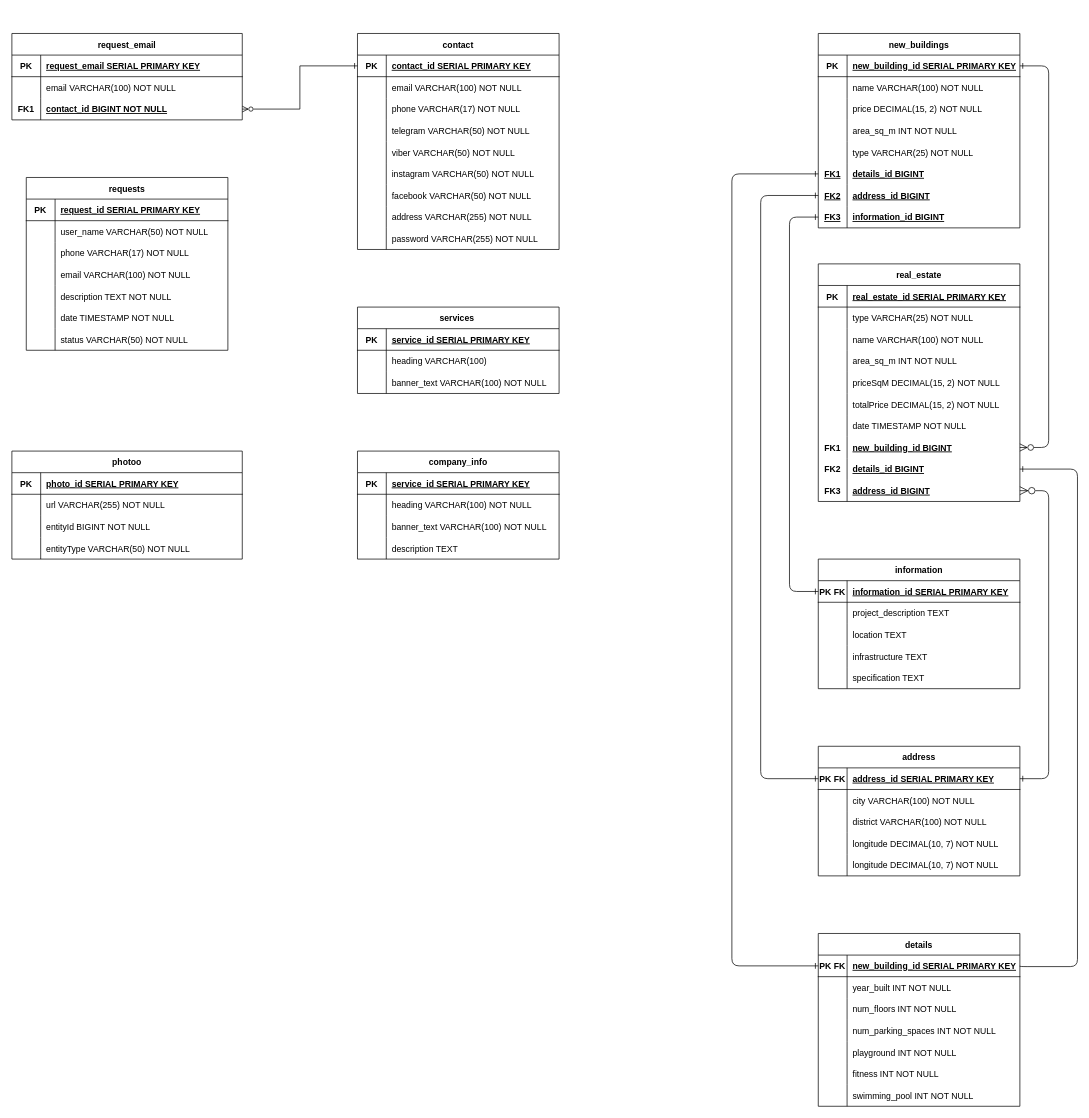
Latcarf/Second-project keeps this draw.io diagram as src/main/resources/diagrams/ERD.drawio. Above is the earlier version. Source tidied: cells renumbered, new cells numbered last; positions are measured from the earlier drawing's top-left corner, leaving out a move shared by most shapes. Both pictures are drawn from the tidied source at 72%, with x=0, y=0 at pixel (12, 33).
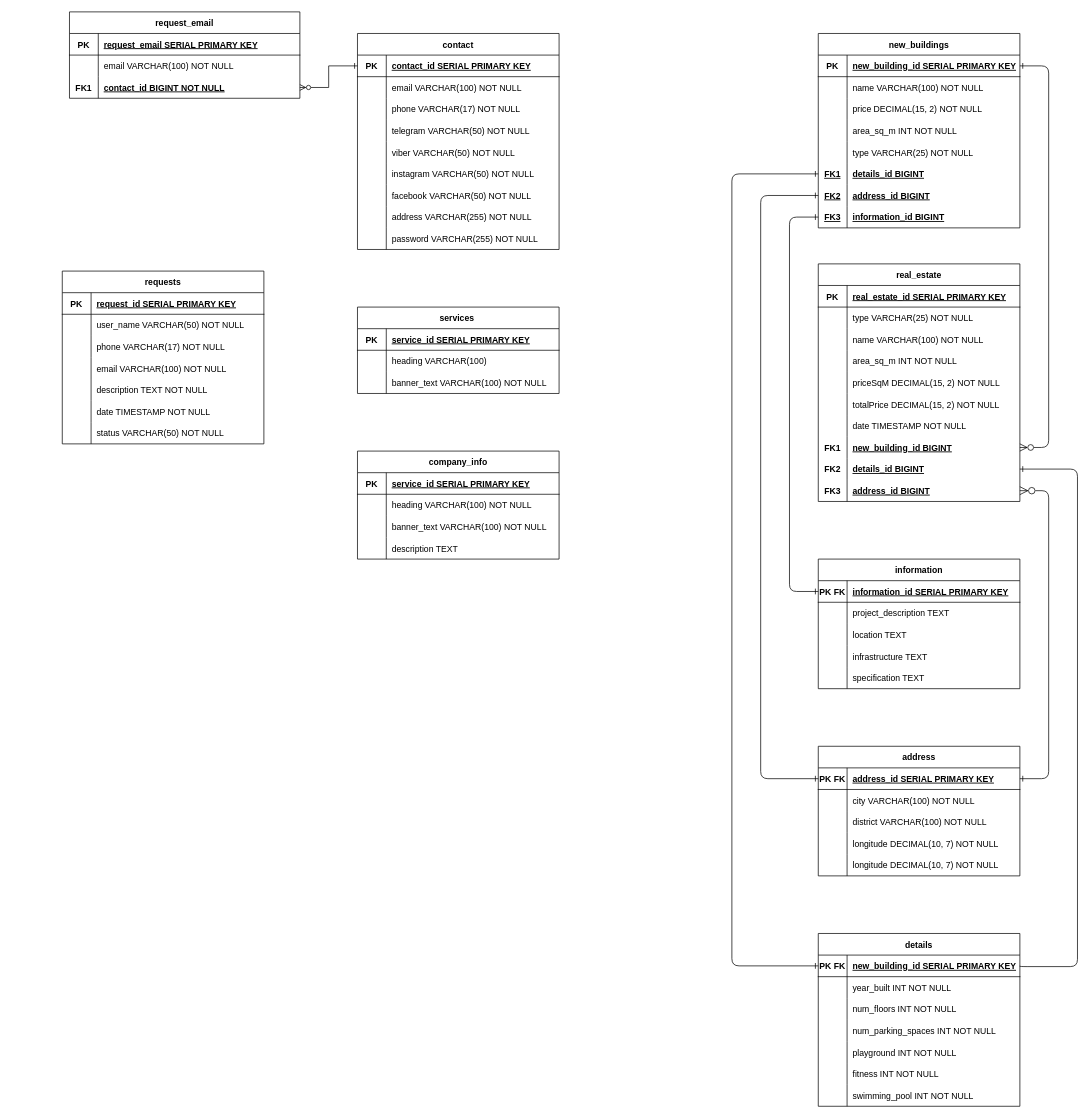
After the change.

The edit, as a diff of the source:
```diff
@@
     <mxCell id="131" value="requests" style="shape=table;startSize=30;childLayout=tableLayout;rowLines=0;fontStyle=1;align=center;labelBackgroundColor=none;fillColor=default;" parent="1" vertex="1">
-      <mxGeometry x="20" y="200" width="280" height="240" as="geometry" />
+      <mxGeometry x="70" y="330" width="280" height="240" as="geometry" />
     </mxCell>
@@
-    <mxCell id="153" value="photoo" style="shape=table;startSize=30;childLayout=tableLayout;rowLines=0;fontStyle=1;align=center;labelBackgroundColor=none;fillColor=default;" parent="1" vertex="1">
-      <mxGeometry y="580" width="320" height="150" as="geometry" />
-    </mxCell>
-    <mxCell id="154" style="shape=partialRectangle;fillColor=none;top=0;left=0;right=0;bottom=1;labelBackgroundColor=none;" parent="153" vertex="1">
-      <mxGeometry y="30" width="320" height="30" as="geometry" />
-    </mxCell>
-    <mxCell id="155" value="PK" style="shape=partialRectangle;overflow=hidden;fillColor=none;top=0;left=0;bottom=0;right=0;fontStyle=1;labelBackgroundColor=none;" parent="154" vertex="1">
-      <mxGeometry width="40" height="30" as="geometry" />
-    </mxCell>
-    <mxCell id="156" value="photo_id SERIAL PRIMARY KEY" style="shape=partialRectangle;overflow=hidden;fillColor=none;top=0;left=0;bottom=0;right=0;align=left;spacingLeft=6;fontStyle=5;labelBackgroundColor=none;" parent="154" vertex="1">
-      <mxGeometry x="40" width="280" height="30" as="geometry" />
-    </mxCell>
-    <mxCell id="157" style="shape=partialRectangle;fillColor=none;top=0;left=0;right=0;bottom=0;labelBackgroundColor=none;" parent="153" vertex="1">
-      <mxGeometry y="60" width="320" height="30" as="geometry" />
-    </mxCell>
-    <mxCell id="158" style="shape=partialRectangle;overflow=hidden;fillColor=none;top=0;left=0;bottom=0;right=0;labelBackgroundColor=none;" parent="157" vertex="1">
-      <mxGeometry width="40" height="30" as="geometry" />
-    </mxCell>
-    <mxCell id="159" value="url VARCHAR(255) NOT NULL" style="shape=partialRectangle;overflow=hidden;fillColor=none;top=0;left=0;bottom=0;right=0;align=left;spacingLeft=6;labelBackgroundColor=none;" parent="157" vertex="1">
-      <mxGeometry x="40" width="280" height="30" as="geometry" />
-    </mxCell>
-    <mxCell id="160" style="shape=partialRectangle;fillColor=none;top=0;left=0;right=0;bottom=0;labelBackgroundColor=none;" parent="153" vertex="1">
-      <mxGeometry y="90" width="320" height="30" as="geometry" />
-    </mxCell>
-    <mxCell id="161" style="shape=partialRectangle;overflow=hidden;fillColor=none;top=0;left=0;bottom=0;right=0;labelBackgroundColor=none;" parent="160" vertex="1">
-      <mxGeometry width="40" height="30" as="geometry" />
-    </mxCell>
-    <mxCell id="162" value="entityId BIGINT NOT NULL" style="shape=partialRectangle;overflow=hidden;fillColor=none;top=0;left=0;bottom=0;right=0;align=left;spacingLeft=6;labelBackgroundColor=none;" parent="160" vertex="1">
-      <mxGeometry x="40" width="280" height="30" as="geometry" />
-    </mxCell>
-    <mxCell id="163" style="shape=partialRectangle;fillColor=none;top=0;left=0;right=0;bottom=0;labelBackgroundColor=none;" parent="153" vertex="1">
-      <mxGeometry y="120" width="320" height="30" as="geometry" />
-    </mxCell>
-    <mxCell id="164" style="shape=partialRectangle;overflow=hidden;fillColor=none;top=0;left=0;bottom=0;right=0;labelBackgroundColor=none;fontStyle=1;" parent="163" vertex="1">
-      <mxGeometry width="40" height="30" as="geometry" />
-    </mxCell>
-    <mxCell id="165" value="entityType VARCHAR(50) NOT NULL" style="shape=partialRectangle;overflow=hidden;fillColor=none;top=0;left=0;bottom=0;right=0;align=left;spacingLeft=6;labelBackgroundColor=none;fontStyle=0;" parent="163" vertex="1">
-      <mxGeometry x="40" width="280" height="30" as="geometry" />
-    </mxCell>
@@
     <mxCell id="202" value="request_email" style="shape=table;startSize=30;childLayout=tableLayout;rowLines=0;fontStyle=1;align=center;labelBackgroundColor=none;fillColor=default;" parent="1" vertex="1">
-      <mxGeometry width="320" height="120" as="geometry" />
+      <mxGeometry x="80" y="-30" width="320" height="120" as="geometry" />
     </mxCell>
```
